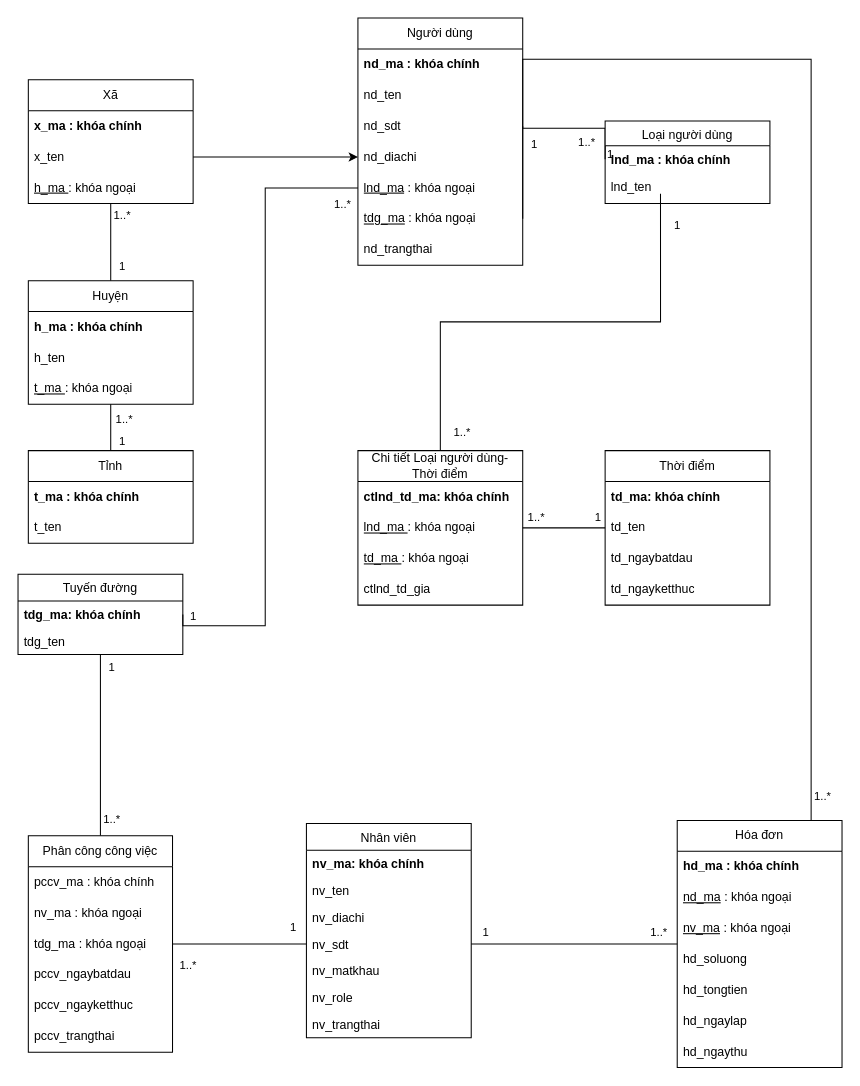
Before: Untitled Diagram.drawio in vinhb2012055/HTTT, a draw.io diagram. Source tidied: cells renumbered, new cells numbered last; positions are measured from the earlier drawing's top-left corner, leaving out a move shared by most shapes. Both pictures are drawn from the tidied source at 103%, with x=0, y=0 at pixel (18, 18).
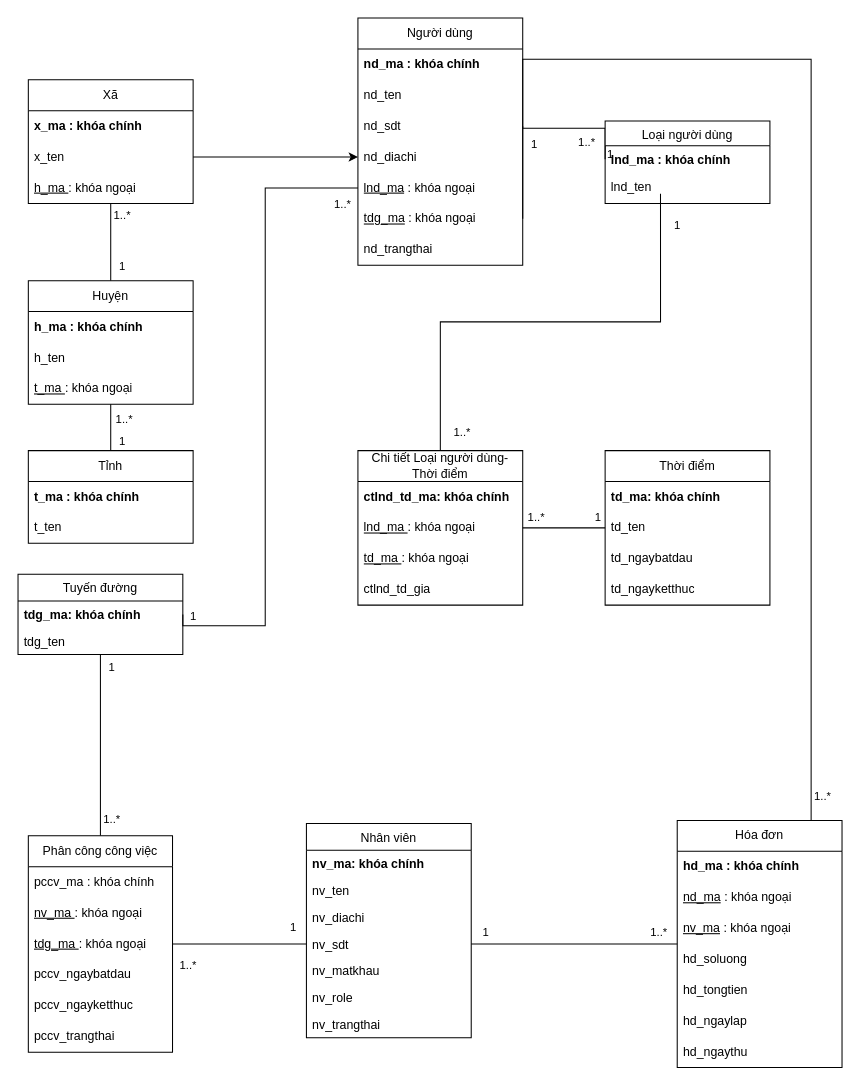
The same diagram, later.

Unchanged cells that the change refers to:
```xml
<mxCell id="75" value="Phân công công việc" style="swimlane;fontStyle=0;horizontal=1;startSize=30;whiteSpace=wrap;html=1;" parent="1" vertex="1">
  <mxGeometry x="10" y="794" width="140" height="210" as="geometry" />
</mxCell>
```

What changed in the source:
```diff
@@
-    <mxCell id="77" value="nv_ma : khóa ngoại" style="text;strokeColor=none;fillColor=none;align=left;verticalAlign=middle;spacingLeft=4;spacingRight=4;overflow=hidden;whiteSpace=wrap;html=1;" parent="75" vertex="1">
+    <mxCell id="77" value="&lt;u&gt;nv_ma &lt;/u&gt;: khóa ngoại" style="text;strokeColor=none;fillColor=none;align=left;verticalAlign=middle;spacingLeft=4;spacingRight=4;overflow=hidden;whiteSpace=wrap;html=1;" parent="75" vertex="1">
       <mxGeometry y="60" width="140" height="30" as="geometry" />
     </mxCell>
-    <mxCell id="78" value="tdg_ma : khóa ngoại" style="text;strokeColor=none;fillColor=none;align=left;verticalAlign=middle;spacingLeft=4;spacingRight=4;overflow=hidden;whiteSpace=wrap;html=1;" parent="75" vertex="1">
+    <mxCell id="78" value="&lt;u&gt;tdg_ma &lt;/u&gt;: khóa ngoại" style="text;strokeColor=none;fillColor=none;align=left;verticalAlign=middle;spacingLeft=4;spacingRight=4;overflow=hidden;whiteSpace=wrap;html=1;" parent="75" vertex="1">
       <mxGeometry y="90" width="140" height="30" as="geometry" />
     </mxCell>
```
